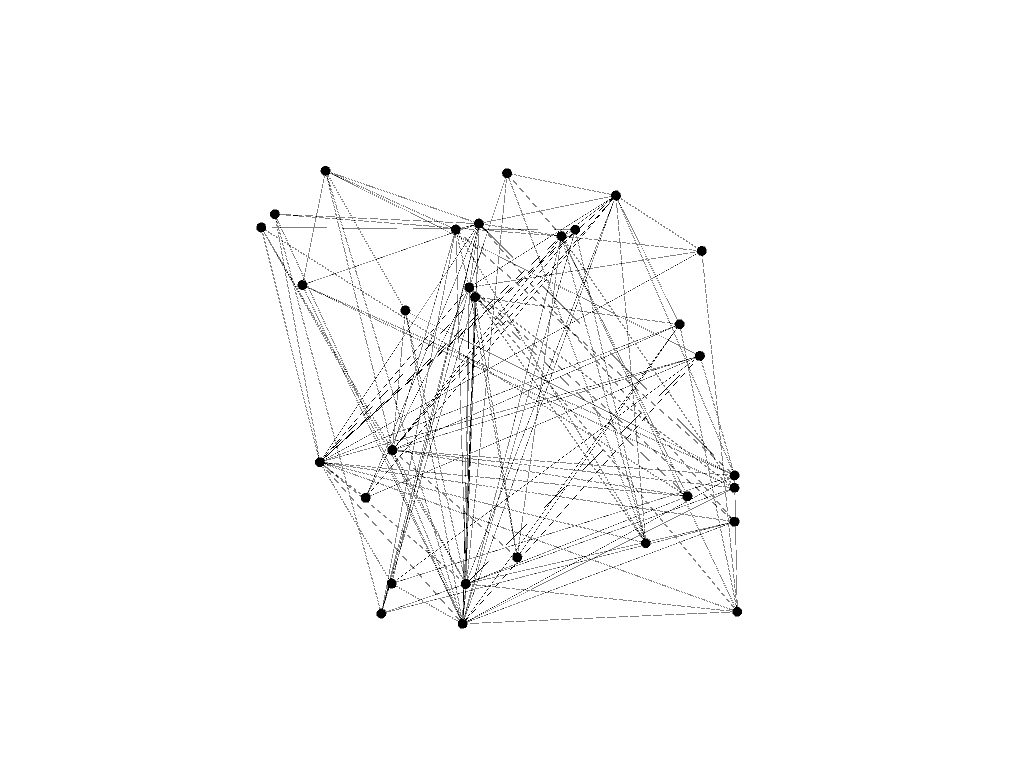
Before: Salidas/Images/Salida10.png, a diagram exported from Graphviz (ccaballeroh/ProyectoJava). Its source is kept beside it as Salidas/GV/Salida10.gv.
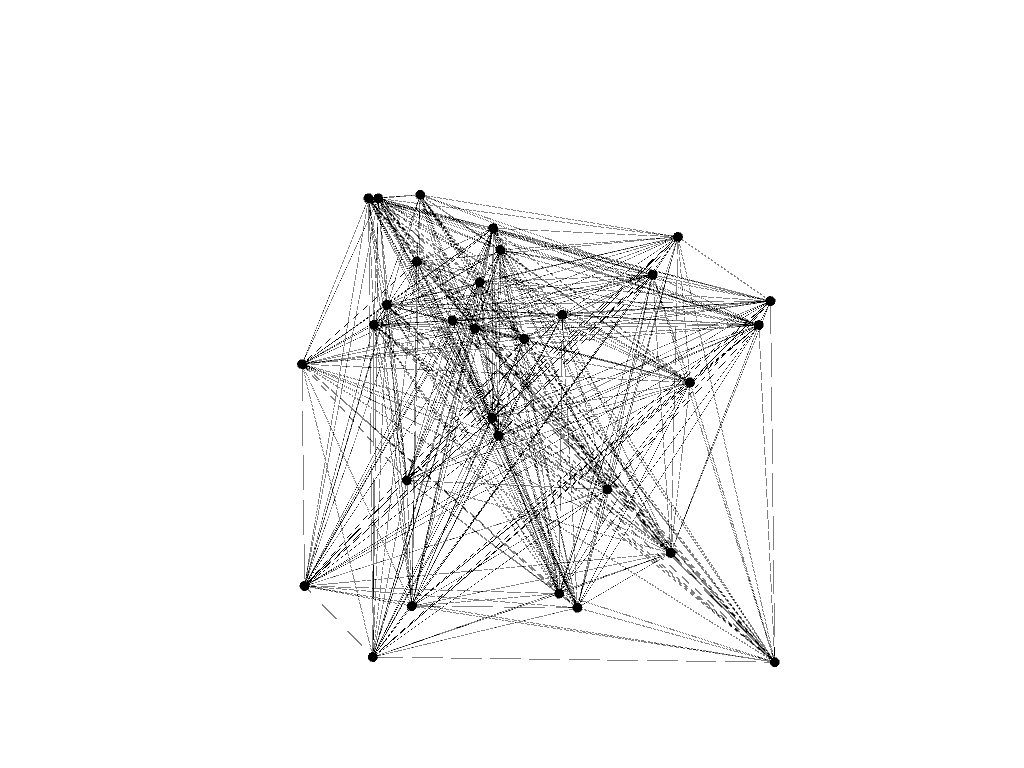
Above is the later version.

What changed in the source:
```diff
@@ -29,270 +29,784 @@
 n27;
 n28;
 n29;
+n0 -- n10;
+n0 -- n20;
+n0 -- n16;
+n0 -- n1;
+n0 -- n22;
+n0 -- n4;
+n0 -- n19;
+n0 -- n8;
+n0 -- n24;
 n0 -- n21;
 n0 -- n13;
 n0 -- n6;
+n0 -- n9;
 n0 -- n12;
 n0 -- n3;
+n0 -- n5;
 n0 -- n14;
-n0 -- n1;
-n0 -- n4;
 n0 -- n2;
-n0 -- n19;
 n0 -- n11;
-n0 -- n29;
-n0 -- n8;
-n0 -- n24;
+n0 -- n26;
+n0 -- n17;
 n0 -- n7;
 n0 -- n15;
+n0 -- n18;
 n0 -- n28;
 n0 -- n23;
-n0 -- n25;
 n1 -- n10;
-n1 -- n13;
-n1 -- n3;
+n1 -- n20;
+n1 -- n16;
 n1 -- n0;
-n1 -- n5;
-n1 -- n14;
 n1 -- n22;
 n1 -- n4;
-n1 -- n2;
+n1 -- n19;
 n1 -- n29;
 n1 -- n8;
+n1 -- n24;
+n1 -- n21;
+n1 -- n13;
+n1 -- n6;
+n1 -- n9;
+n1 -- n12;
+n1 -- n3;
+n1 -- n5;
+n1 -- n27;
+n1 -- n14;
+n1 -- n2;
+n1 -- n11;
+n1 -- n26;
 n1 -- n17;
 n1 -- n7;
+n1 -- n15;
 n1 -- n18;
+n1 -- n28;
 n1 -- n23;
 n1 -- n25;
+n2 -- n10;
+n2 -- n20;
+n2 -- n16;
+n2 -- n0;
+n2 -- n1;
+n2 -- n22;
+n2 -- n4;
+n2 -- n19;
+n2 -- n29;
+n2 -- n8;
 n2 -- n21;
 n2 -- n13;
 n2 -- n6;
 n2 -- n9;
-n2 -- n20;
-n2 -- n16;
+n2 -- n12;
 n2 -- n3;
-n2 -- n0;
 n2 -- n5;
 n2 -- n27;
 n2 -- n14;
-n2 -- n1;
-n2 -- n22;
-n2 -- n4;
-n2 -- n19;
-n2 -- n8;
+n2 -- n11;
+n2 -- n26;
 n2 -- n17;
 n2 -- n7;
 n2 -- n15;
+n2 -- n18;
 n2 -- n28;
 n2 -- n23;
+n2 -- n25;
+n3 -- n10;
+n3 -- n20;
+n3 -- n16;
+n3 -- n0;
+n3 -- n1;
+n3 -- n22;
+n3 -- n4;
+n3 -- n19;
+n3 -- n29;
+n3 -- n8;
+n3 -- n24;
+n3 -- n21;
+n3 -- n13;
 n3 -- n6;
 n3 -- n9;
-n3 -- n20;
 n3 -- n12;
-n3 -- n0;
 n3 -- n5;
-n3 -- n1;
-n3 -- n4;
+n3 -- n27;
+n3 -- n14;
 n3 -- n2;
 n3 -- n11;
-n3 -- n24;
+n3 -- n17;
 n3 -- n7;
 n3 -- n15;
+n3 -- n18;
+n3 -- n28;
+n3 -- n23;
+n3 -- n25;
+n4 -- n10;
+n4 -- n20;
+n4 -- n16;
+n4 -- n0;
+n4 -- n1;
+n4 -- n22;
+n4 -- n19;
+n4 -- n8;
 n4 -- n21;
-n4 -- n10;
+n4 -- n13;
 n4 -- n6;
 n4 -- n9;
-n4 -- n16;
+n4 -- n12;
 n4 -- n3;
-n4 -- n0;
+n4 -- n5;
 n4 -- n27;
 n4 -- n14;
-n4 -- n1;
 n4 -- n2;
-n4 -- n24;
+n4 -- n11;
+n4 -- n26;
+n4 -- n17;
 n4 -- n7;
+n4 -- n15;
 n4 -- n18;
 n4 -- n28;
+n4 -- n23;
+n4 -- n25;
 n5 -- n10;
+n5 -- n20;
+n5 -- n16;
+n5 -- n0;
+n5 -- n1;
+n5 -- n22;
+n5 -- n4;
+n5 -- n19;
+n5 -- n29;
+n5 -- n8;
+n5 -- n24;
+n5 -- n21;
 n5 -- n13;
 n5 -- n6;
 n5 -- n9;
-n5 -- n16;
+n5 -- n12;
 n5 -- n3;
-n5 -- n1;
-n5 -- n22;
+n5 -- n14;
 n5 -- n2;
-n5 -- n19;
-n5 -- n29;
+n5 -- n11;
 n5 -- n26;
 n5 -- n17;
+n5 -- n7;
 n5 -- n15;
+n5 -- n18;
+n5 -- n28;
+n5 -- n23;
 n5 -- n25;
+n6 -- n10;
+n6 -- n20;
+n6 -- n16;
+n6 -- n0;
+n6 -- n1;
+n6 -- n22;
+n6 -- n4;
+n6 -- n19;
+n6 -- n29;
+n6 -- n8;
+n6 -- n24;
 n6 -- n21;
-n6 -- n20;
+n6 -- n13;
+n6 -- n9;
 n6 -- n12;
 n6 -- n3;
-n6 -- n0;
 n6 -- n5;
-n6 -- n4;
+n6 -- n14;
 n6 -- n2;
-n6 -- n19;
 n6 -- n11;
-n6 -- n8;
-n6 -- n26;
 n6 -- n17;
+n6 -- n7;
+n6 -- n15;
+n6 -- n18;
+n6 -- n23;
 n6 -- n25;
 n7 -- n10;
 n7 -- n20;
+n7 -- n16;
+n7 -- n0;
+n7 -- n1;
+n7 -- n22;
+n7 -- n4;
+n7 -- n19;
+n7 -- n29;
+n7 -- n8;
+n7 -- n24;
+n7 -- n21;
+n7 -- n13;
+n7 -- n6;
+n7 -- n9;
 n7 -- n12;
 n7 -- n3;
-n7 -- n0;
+n7 -- n5;
+n7 -- n27;
 n7 -- n14;
-n7 -- n1;
-n7 -- n4;
 n7 -- n2;
 n7 -- n11;
-n7 -- n8;
 n7 -- n26;
 n7 -- n17;
-n7 -- n24;
+n7 -- n15;
 n7 -- n18;
+n7 -- n23;
+n7 -- n25;
+n8 -- n10;
+n8 -- n20;
+n8 -- n16;
+n8 -- n0;
+n8 -- n1;
+n8 -- n22;
+n8 -- n4;
+n8 -- n19;
+n8 -- n21;
+n8 -- n13;
+n8 -- n6;
+n8 -- n9;
+n8 -- n12;
+n8 -- n3;
+n8 -- n5;
+n8 -- n27;
+n8 -- n14;
 n8 -- n2;
-n8 -- n6;
 n8 -- n11;
-n8 -- n9;
+n8 -- n26;
+n8 -- n17;
 n8 -- n7;
 n8 -- n15;
-n8 -- n0;
-n8 -- n1;
+n8 -- n18;
+n8 -- n23;
+n9 -- n10;
+n9 -- n20;
+n9 -- n16;
+n9 -- n0;
+n9 -- n1;
+n9 -- n22;
 n9 -- n4;
-n9 -- n2;
-n9 -- n10;
+n9 -- n19;
+n9 -- n8;
+n9 -- n24;
+n9 -- n21;
 n9 -- n13;
-n9 -- n8;
-n9 -- n28;
+n9 -- n6;
+n9 -- n12;
 n9 -- n3;
 n9 -- n5;
 n9 -- n27;
-n9 -- n22;
+n9 -- n14;
+n9 -- n2;
+n9 -- n11;
+n9 -- n26;
+n9 -- n17;
+n9 -- n7;
+n9 -- n15;
+n9 -- n18;
+n9 -- n28;
+n9 -- n23;
+n9 -- n25;
+n10 -- n20;
+n10 -- n16;
+n10 -- n0;
+n10 -- n1;
+n10 -- n22;
 n10 -- n4;
+n10 -- n19;
+n10 -- n29;
+n10 -- n8;
+n10 -- n24;
+n10 -- n21;
+n10 -- n13;
+n10 -- n6;
 n10 -- n9;
 n10 -- n12;
+n10 -- n3;
+n10 -- n5;
+n10 -- n27;
+n10 -- n14;
+n10 -- n2;
+n10 -- n11;
+n10 -- n26;
+n10 -- n17;
 n10 -- n7;
-n10 -- n16;
+n10 -- n15;
 n10 -- n18;
-n10 -- n5;
-n10 -- n1;
+n10 -- n28;
+n10 -- n23;
+n10 -- n25;
+n11 -- n10;
+n11 -- n20;
+n11 -- n16;
+n11 -- n0;
+n11 -- n1;
+n11 -- n22;
+n11 -- n4;
+n11 -- n19;
+n11 -- n29;
+n11 -- n8;
+n11 -- n24;
+n11 -- n21;
+n11 -- n13;
 n11 -- n6;
-n11 -- n8;
+n11 -- n9;
+n11 -- n12;
+n11 -- n3;
+n11 -- n5;
+n11 -- n27;
+n11 -- n14;
+n11 -- n2;
+n11 -- n17;
 n11 -- n7;
-n11 -- n3;
-n11 -- n0;
+n11 -- n15;
+n11 -- n18;
+n11 -- n23;
+n11 -- n25;
 n12 -- n10;
+n12 -- n20;
+n12 -- n16;
+n12 -- n0;
+n12 -- n1;
+n12 -- n4;
 n12 -- n19;
+n12 -- n29;
+n12 -- n8;
+n12 -- n24;
+n12 -- n21;
+n12 -- n13;
 n12 -- n6;
-n12 -- n20;
+n12 -- n9;
+n12 -- n3;
+n12 -- n5;
+n12 -- n27;
+n12 -- n14;
+n12 -- n2;
+n12 -- n11;
+n12 -- n26;
+n12 -- n17;
 n12 -- n7;
-n12 -- n3;
-n12 -- n0;
+n12 -- n15;
+n12 -- n18;
+n12 -- n28;
+n12 -- n23;
+n12 -- n25;
+n13 -- n10;
+n13 -- n20;
+n13 -- n16;
+n13 -- n0;
+n13 -- n1;
+n13 -- n22;
+n13 -- n4;
+n13 -- n19;
+n13 -- n29;
+n13 -- n8;
+n13 -- n24;
+n13 -- n21;
+n13 -- n6;
+n13 -- n9;
+n13 -- n12;
+n13 -- n3;
+n13 -- n5;
+n13 -- n27;
+n13 -- n14;
 n13 -- n2;
-n13 -- n9;
-n13 -- n24;
-n13 -- n16;
-n13 -- n28;
-n13 -- n0;
-n13 -- n5;
-n13 -- n1;
-n14 -- n4;
-n14 -- n2;
-n14 -- n7;
-n14 -- n18;
+n13 -- n11;
+n13 -- n26;
+n13 -- n17;
+n13 -- n7;
+n13 -- n15;
+n13 -- n18;
+n13 -- n25;
+n14 -- n10;
+n14 -- n20;
+n14 -- n16;
 n14 -- n0;
 n14 -- n1;
+n14 -- n22;
+n14 -- n4;
+n14 -- n19;
+n14 -- n29;
+n14 -- n8;
+n14 -- n24;
+n14 -- n21;
+n14 -- n13;
+n14 -- n6;
+n14 -- n9;
+n14 -- n12;
+n14 -- n3;
+n14 -- n5;
+n14 -- n27;
+n14 -- n2;
+n14 -- n11;
+n14 -- n17;
+n14 -- n7;
+n14 -- n15;
+n14 -- n18;
+n14 -- n28;
+n14 -- n23;
+n14 -- n25;
+n15 -- n10;
+n15 -- n20;
+n15 -- n16;
+n15 -- n0;
+n15 -- n1;
+n15 -- n22;
+n15 -- n4;
+n15 -- n19;
+n15 -- n29;
+n15 -- n8;
+n15 -- n21;
+n15 -- n13;
+n15 -- n6;
+n15 -- n9;
+n15 -- n12;
+n15 -- n3;
+n15 -- n5;
+n15 -- n27;
+n15 -- n14;
 n15 -- n2;
-n15 -- n8;
+n15 -- n11;
 n15 -- n26;
-n15 -- n3;
-n15 -- n0;
-n15 -- n5;
+n15 -- n17;
+n15 -- n7;
+n15 -- n18;
 n15 -- n23;
+n16 -- n10;
+n16 -- n13;
+n16 -- n6;
+n16 -- n9;
+n16 -- n20;
+n16 -- n12;
+n16 -- n3;
+n16 -- n0;
+n16 -- n5;
+n16 -- n14;
+n16 -- n1;
 n16 -- n4;
 n16 -- n2;
-n16 -- n10;
-n16 -- n13;
-n16 -- n5;
-n16 -- n27;
-n16 -- n22;
-n17 -- n2;
+n16 -- n19;
+n16 -- n11;
+n16 -- n29;
+n16 -- n8;
+n16 -- n26;
+n16 -- n17;
+n16 -- n24;
+n16 -- n7;
+n16 -- n15;
+n16 -- n18;
+n16 -- n25;
+n17 -- n10;
+n17 -- n20;
+n17 -- n16;
+n17 -- n0;
+n17 -- n1;
+n17 -- n22;
+n17 -- n4;
+n17 -- n19;
+n17 -- n29;
+n17 -- n8;
+n17 -- n24;
+n17 -- n21;
+n17 -- n13;
 n17 -- n6;
-n17 -- n7;
+n17 -- n9;
+n17 -- n12;
+n17 -- n3;
 n17 -- n5;
 n17 -- n27;
-n17 -- n1;
+n17 -- n14;
+n17 -- n2;
+n17 -- n11;
+n17 -- n7;
+n17 -- n15;
+n17 -- n18;
+n17 -- n28;
+n17 -- n25;
+n18 -- n10;
+n18 -- n20;
+n18 -- n16;
+n18 -- n0;
+n18 -- n1;
+n18 -- n22;
 n18 -- n4;
+n18 -- n19;
+n18 -- n29;
+n18 -- n8;
+n18 -- n24;
 n18 -- n21;
-n18 -- n10;
+n18 -- n13;
+n18 -- n6;
+n18 -- n9;
+n18 -- n12;
+n18 -- n3;
+n18 -- n5;
+n18 -- n14;
+n18 -- n2;
+n18 -- n11;
+n18 -- n26;
+n18 -- n17;
 n18 -- n7;
+n18 -- n15;
+n18 -- n28;
 n18 -- n23;
-n18 -- n14;
-n18 -- n1;
+n18 -- n25;
+n19 -- n10;
+n19 -- n20;
+n19 -- n16;
+n19 -- n0;
+n19 -- n1;
+n19 -- n22;
+n19 -- n4;
+n19 -- n29;
+n19 -- n8;
+n19 -- n24;
+n19 -- n21;
+n19 -- n13;
+n19 -- n6;
+n19 -- n9;
+n19 -- n12;
+n19 -- n3;
+n19 -- n5;
+n19 -- n27;
+n19 -- n14;
 n19 -- n2;
-n19 -- n6;
-n19 -- n29;
-n19 -- n12;
-n19 -- n5;
-n19 -- n0;
+n19 -- n11;
+n19 -- n26;
+n19 -- n17;
+n19 -- n7;
+n19 -- n15;
+n19 -- n18;
+n19 -- n28;
+n19 -- n23;
+n20 -- n10;
+n20 -- n16;
+n20 -- n0;
+n20 -- n1;
+n20 -- n22;
+n20 -- n4;
+n20 -- n19;
+n20 -- n29;
+n20 -- n8;
+n20 -- n24;
+n20 -- n21;
+n20 -- n13;
+n20 -- n6;
+n20 -- n9;
+n20 -- n12;
+n20 -- n3;
+n20 -- n5;
+n20 -- n27;
+n20 -- n14;
 n20 -- n2;
-n20 -- n6;
-n20 -- n12;
+n20 -- n11;
+n20 -- n26;
+n20 -- n17;
 n20 -- n7;
-n20 -- n3;
+n20 -- n15;
+n20 -- n18;
+n20 -- n28;
+n20 -- n23;
+n21 -- n10;
+n21 -- n20;
+n21 -- n0;
+n21 -- n1;
+n21 -- n22;
 n21 -- n4;
+n21 -- n19;
+n21 -- n8;
+n21 -- n24;
+n21 -- n13;
+n21 -- n6;
+n21 -- n9;
+n21 -- n12;
+n21 -- n3;
+n21 -- n5;
+n21 -- n27;
+n21 -- n14;
 n21 -- n2;
-n21 -- n6;
+n21 -- n11;
+n21 -- n26;
+n21 -- n17;
+n21 -- n15;
+n21 -- n7;
 n21 -- n18;
-n21 -- n0;
+n21 -- n28;
+n21 -- n23;
+n21 -- n25;
+n22 -- n10;
+n22 -- n20;
+n22 -- n0;
+n22 -- n1;
+n22 -- n4;
+n22 -- n19;
+n22 -- n8;
+n22 -- n24;
+n22 -- n21;
+n22 -- n13;
+n22 -- n6;
+n22 -- n9;
+n22 -- n3;
+n22 -- n5;
+n22 -- n27;
+n22 -- n14;
 n22 -- n2;
-n22 -- n9;
-n22 -- n16;
-n22 -- n5;
-n22 -- n1;
+n22 -- n11;
+n22 -- n26;
+n22 -- n17;
+n22 -- n7;
+n22 -- n15;
+n22 -- n18;
+n22 -- n28;
+n22 -- n23;
+n22 -- n25;
+n23 -- n21;
+n23 -- n10;
+n23 -- n6;
+n23 -- n20;
+n23 -- n9;
+n23 -- n12;
+n23 -- n3;
+n23 -- n0;
+n23 -- n5;
+n23 -- n14;
+n23 -- n1;
+n23 -- n22;
+n23 -- n4;
+n23 -- n19;
 n23 -- n2;
+n23 -- n11;
+n23 -- n29;
+n23 -- n8;
 n23 -- n26;
+n23 -- n24;
 n23 -- n15;
+n23 -- n7;
 n23 -- n18;
-n23 -- n0;
-n23 -- n1;
 n23 -- n25;
-n24 -- n4;
+n24 -- n21;
+n24 -- n10;
 n24 -- n13;
-n24 -- n7;
+n24 -- n6;
+n24 -- n9;
+n24 -- n20;
+n24 -- n12;
+n24 -- n16;
 n24 -- n3;
 n24 -- n0;
+n24 -- n5;
+n24 -- n27;
+n24 -- n14;
+n24 -- n1;
+n24 -- n22;
+n24 -- n19;
+n24 -- n11;
+n24 -- n29;
+n24 -- n17;
+n24 -- n7;
+n24 -- n18;
+n24 -- n28;
+n24 -- n23;
+n24 -- n25;
+n25 -- n21;
+n25 -- n13;
+n25 -- n10;
 n25 -- n6;
-n25 -- n29;
+n25 -- n9;
+n25 -- n12;
+n25 -- n16;
+n25 -- n3;
 n25 -- n5;
-n25 -- n0;
+n25 -- n14;
+n25 -- n1;
+n25 -- n22;
+n25 -- n4;
+n25 -- n2;
+n25 -- n11;
+n25 -- n26;
+n25 -- n24;
+n25 -- n17;
+n25 -- n7;
+n25 -- n18;
+n25 -- n28;
 n25 -- n23;
-n25 -- n1;
-n26 -- n6;
+n26 -- n21;
+n26 -- n10;
+n26 -- n13;
+n26 -- n9;
+n26 -- n20;
+n26 -- n12;
+n26 -- n16;
+n26 -- n0;
+n26 -- n5;
+n26 -- n27;
+n26 -- n22;
+n26 -- n1;
+n26 -- n4;
+n26 -- n2;
+n26 -- n19;
+n26 -- n29;
+n26 -- n8;
+n26 -- n15;
 n26 -- n7;
-n26 -- n15;
+n26 -- n18;
+n26 -- n28;
 n26 -- n23;
-n26 -- n5;
+n26 -- n25;
+n27 -- n21;
+n27 -- n10;
+n27 -- n13;
+n27 -- n9;
+n27 -- n20;
+n27 -- n12;
+n27 -- n3;
+n27 -- n14;
+n27 -- n22;
+n27 -- n1;
 n27 -- n4;
+n27 -- n19;
 n27 -- n2;
-n27 -- n9;
+n27 -- n11;
+n27 -- n8;
+n27 -- n26;
+n27 -- n24;
 n27 -- n17;
-n27 -- n16;
+n27 -- n15;
+n27 -- n7;
+n27 -- n28;
+n28 -- n21;
+n28 -- n10;
+n28 -- n20;
+n28 -- n9;
+n28 -- n12;
+n28 -- n3;
+n28 -- n27;
+n28 -- n5;
+n28 -- n0;
+n28 -- n14;
+n28 -- n1;
+n28 -- n22;
 n28 -- n4;
 n28 -- n2;
-n28 -- n13;
-n28 -- n9;
-n28 -- n0;
+n28 -- n19;
+n28 -- n26;
+n28 -- n17;
+n28 -- n24;
+n28 -- n18;
+n28 -- n25;
+n29 -- n10;
+n29 -- n13;
+n29 -- n6;
+n29 -- n20;
+n29 -- n12;
+n29 -- n16;
+n29 -- n3;
+n29 -- n5;
+n29 -- n14;
+n29 -- n1;
 n29 -- n19;
-n29 -- n0;
-n29 -- n5;
-n29 -- n25;
-n29 -- n1;
+n29 -- n2;
+n29 -- n11;
+n29 -- n26;
+n29 -- n17;
+n29 -- n24;
+n29 -- n7;
+n29 -- n15;
+n29 -- n18;
+n29 -- n23;
 }
```
